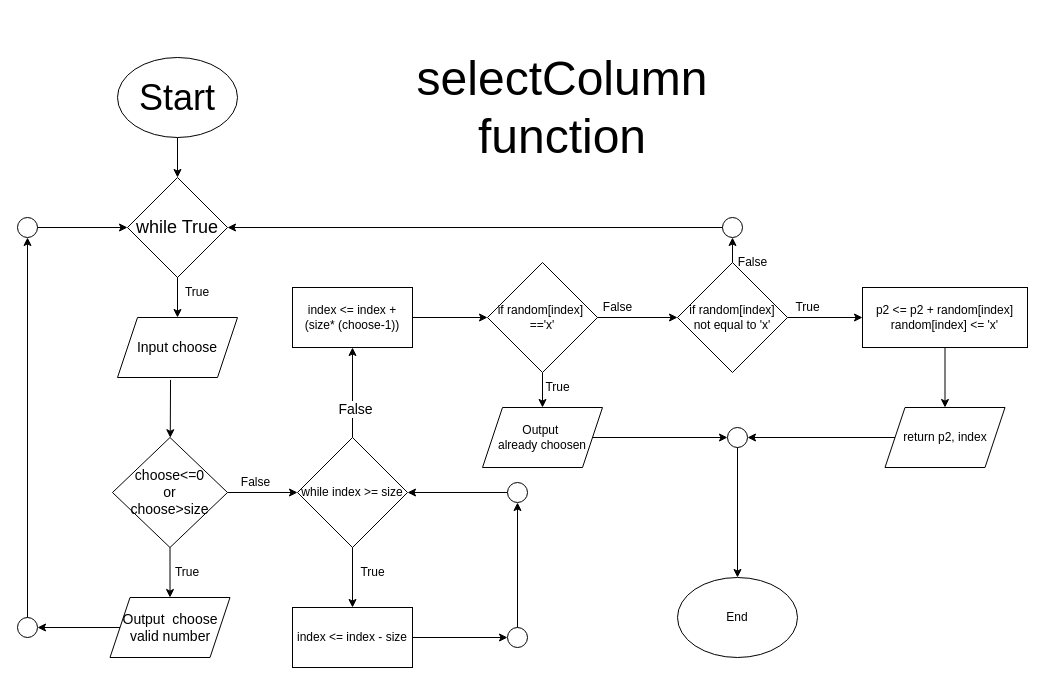
Before: page "selectColumn" (2 of 9) of flowchart.drawio in NCCHANG/Assignment_T2220, a draw.io diagram. Source tidied: cells renumbered, new cells numbered last; positions are measured from the earlier drawing's top-left corner, leaving out a move shared by most shapes. Both pictures are drawn from the tidied source at 100%, with x=0, y=0 at pixel (17, 17).
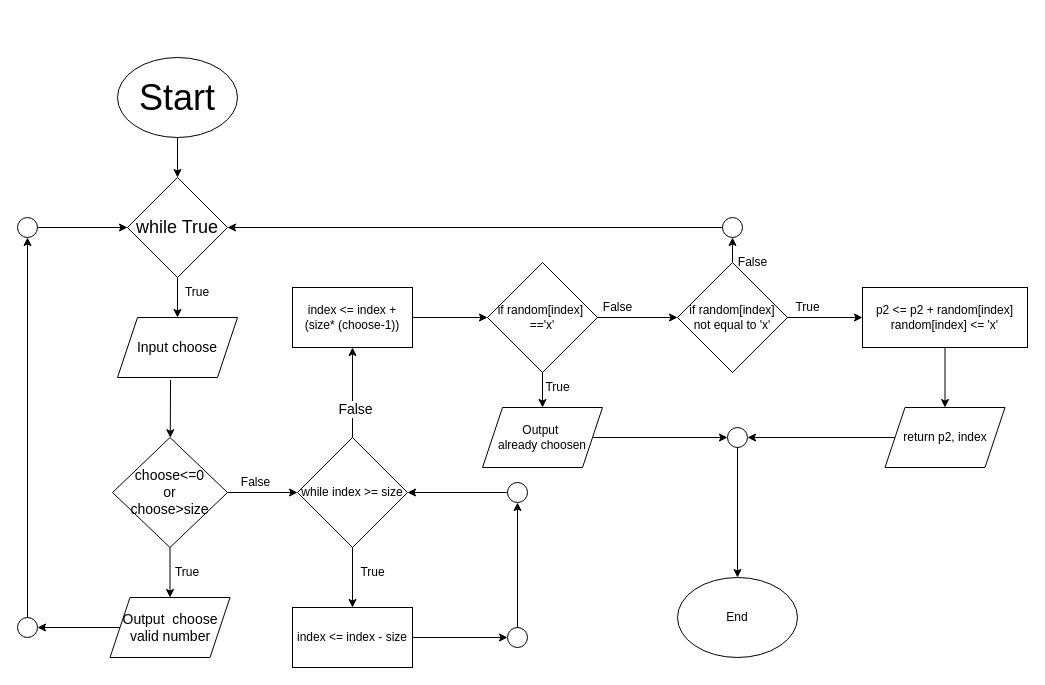
The same page after the edit.

What changed in the source:
```diff
@@
-    <mxCell id="21" value="&lt;font style=&quot;font-size: 48px;&quot;&gt;selectColumn function&lt;/font&gt;" style="text;html=1;strokeColor=none;fillColor=none;align=center;verticalAlign=middle;whiteSpace=wrap;rounded=0;" parent="1" vertex="1">
-      <mxGeometry x="340" width="410" height="180" as="geometry" />
-    </mxCell>
```
